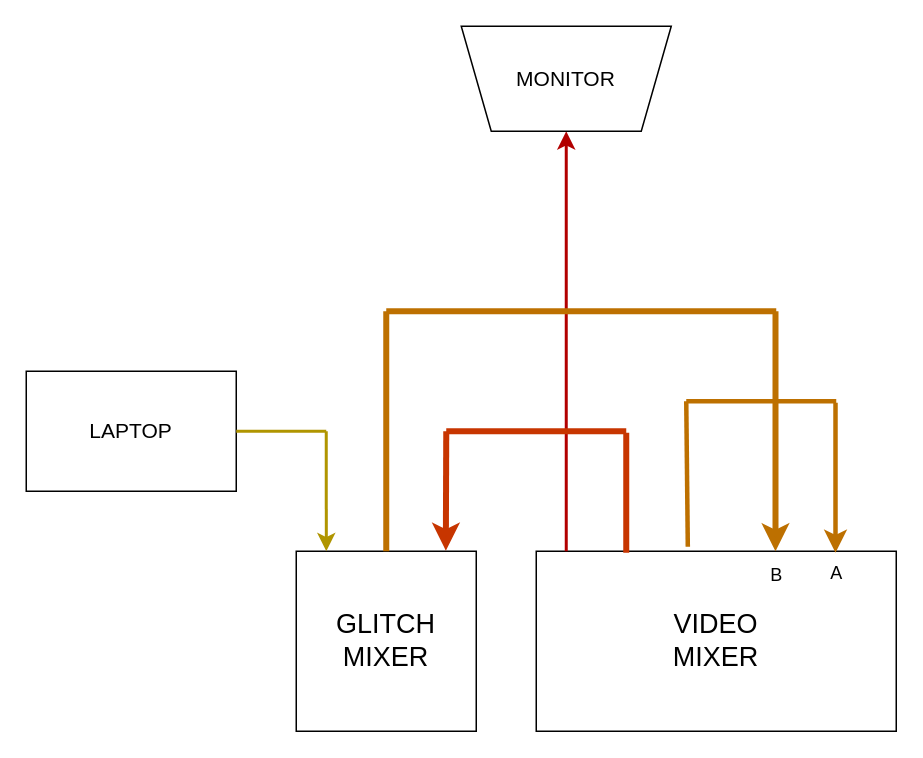
Earlier version of the draw.io diagram page "SETUP #4" (3 of 3) of ANALOG AAL.drawio (martijnhalekor/analog-video). Source tidied: cells renumbered, new cells numbered last; positions are measured from the earlier drawing's top-left corner, leaving out a move shared by most shapes. Both pictures are drawn from the tidied source at 150%, with x=0, y=0 at pixel (26, 26).
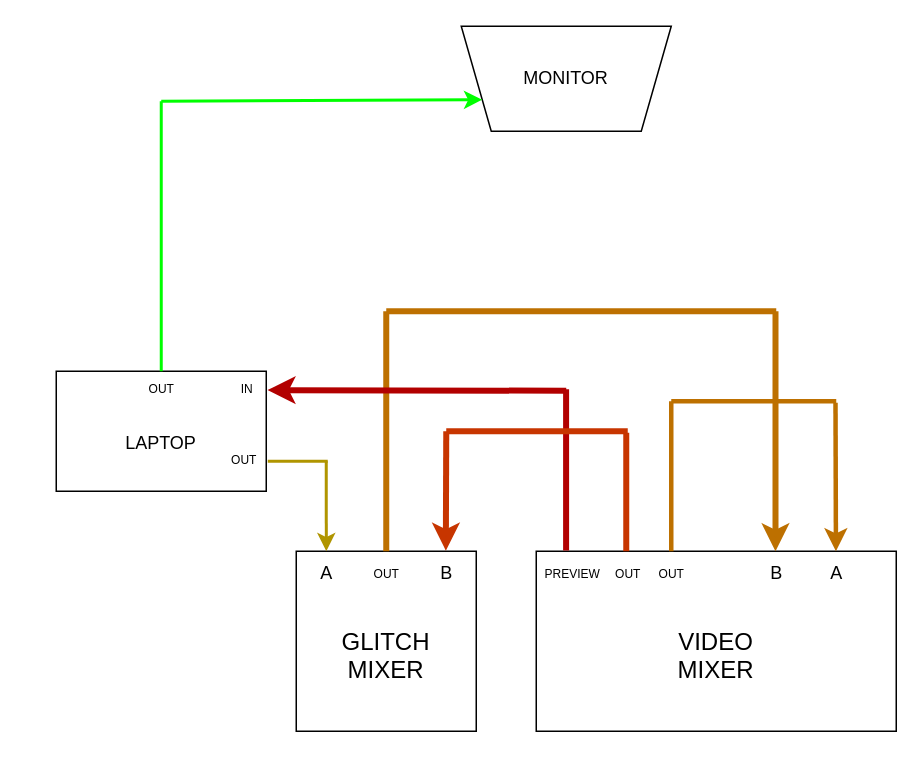
The same diagram, later.

The change refers to these unchanged cells:
```xml
<mxCell id="18" value="A" style="text;html=1;align=center;verticalAlign=middle;points=[];strokeColor=none;fillColor=none;" parent="1" vertex="1">
  <mxGeometry x="525" y="350" width="30" height="30" as="geometry" />
</mxCell>
```

Change to the diagram source:
```diff
@@
-    <mxCell id="2" value="&lt;font style=&quot;font-size: 18px;&quot;&gt;VIDEO&lt;br&gt;MIXER&lt;/font&gt;" style="rounded=0;whiteSpace=wrap;html=1;" parent="1" vertex="1">
+    <mxCell id="2" value="&lt;font style=&quot;font-size: 16px;&quot;&gt;&lt;br&gt;VIDEO&lt;br&gt;MIXER&lt;/font&gt;" style="rounded=0;whiteSpace=wrap;html=1;" parent="1" vertex="1">
       <mxGeometry x="340" y="350" width="240" height="120" as="geometry" />
     </mxCell>
@@
-    <mxCell id="4" value="&lt;font style=&quot;font-size: 18px;&quot;&gt;GLITCH&lt;br&gt;MIXER&lt;/font&gt;" style="rounded=0;whiteSpace=wrap;html=1;" parent="1" vertex="1">
+    <mxCell id="4" value="&lt;font style=&quot;font-size: 16px;&quot;&gt;&lt;br&gt;GLITCH&lt;br&gt;MIXER&lt;/font&gt;" style="rounded=0;whiteSpace=wrap;html=1;" parent="1" vertex="1">
       <mxGeometry x="180" y="350" width="120" height="120" as="geometry" />
     </mxCell>
     <mxCell id="5" style="endArrow=classic;html=1;rounded=0;entryX=0.167;entryY=0;entryDx=0;entryDy=0;entryPerimeter=0;fillColor=#e3c800;strokeColor=#B09500;strokeWidth=2;" parent="1" edge="1" target="4">
       <mxGeometry relative="1" as="geometry">
-        <mxPoint x="200" y="270" as="sourcePoint" />
+        <mxPoint x="200" y="290" as="sourcePoint" />
       </mxGeometry>
     </mxCell>
@@
-    <mxCell id="8" style="endArrow=classic;html=1;rounded=0;fillColor=#e51400;strokeColor=#B20000;entryX=0.5;entryY=0;entryDx=0;entryDy=0;strokeWidth=2;" parent="1" edge="1" target="11">
+    <mxCell id="8" style="endArrow=none;html=1;rounded=0;fillColor=#e51400;strokeColor=#B20000;strokeWidth=4;endFill=0;exitX=0.432;exitY=0.017;exitDx=0;exitDy=0;exitPerimeter=0;" parent="1" edge="1">
       <mxGeometry relative="1" as="geometry">
-        <mxPoint x="360" y="350" as="sourcePoint" />
+        <mxPoint x="359.9" y="349.5" as="sourcePoint" />
+        <mxPoint x="359.9" y="242" as="targetPoint" />
       </mxGeometry>
     </mxCell>
-    <mxCell id="9" style="endArrow=none;html=1;rounded=0;fillColor=#fa6800;strokeColor=#C73500;endFill=0;strokeWidth=4;" parent="1" edge="1">
+    <mxCell id="9" style="endArrow=none;html=1;rounded=0;fillColor=#fa6800;strokeColor=#C73500;endFill=0;strokeWidth=4;exitX=0.25;exitY=0;exitDx=0;exitDy=0;" parent="1" edge="1" source="2">
       <mxGeometry relative="1" as="geometry">
-        <mxPoint x="400" y="351" as="sourcePoint" />
         <mxPoint x="400" y="271" as="targetPoint" />
       </mxGeometry>
     </mxCell>
     <mxCell id="10" style="endArrow=none;html=1;rounded=0;fillColor=#fa6800;strokeColor=#C73500;endFill=0;strokeWidth=4;" parent="1" edge="1">
       <mxGeometry relative="1" as="geometry">
         <mxPoint x="280" y="270" as="sourcePoint" />
-        <mxPoint x="400" y="270" as="targetPoint" />
+        <mxPoint x="401" y="270" as="targetPoint" />
       </mxGeometry>
     </mxCell>
-    <mxCell id="11" value="&lt;font style=&quot;font-size: 14px;&quot;&gt;MONITOR&lt;/font&gt;" style="shape=trapezoid;perimeter=trapezoidPerimeter;whiteSpace=wrap;html=1;fixedSize=1;direction=west;" parent="1" vertex="1">
+    <mxCell id="11" value="&lt;font style=&quot;font-size: 12px;&quot;&gt;MONITOR&lt;/font&gt;" style="shape=trapezoid;perimeter=trapezoidPerimeter;whiteSpace=wrap;html=1;fixedSize=1;direction=west;" parent="1" vertex="1">
       <mxGeometry x="290" width="140" height="70" as="geometry" />
     </mxCell>
-    <mxCell id="12" value="&lt;font style=&quot;font-size: 14px;&quot;&gt;LAPTOP&lt;/font&gt;" style="rounded=0;whiteSpace=wrap;html=1;" parent="1" vertex="1">
-      <mxGeometry y="230" width="140" height="80" as="geometry" />
+    <mxCell id="12" value="&lt;font style=&quot;font-size: 12px;&quot;&gt;&lt;br&gt;LAPTOP&lt;/font&gt;" style="rounded=0;whiteSpace=wrap;html=1;" parent="1" vertex="1">
+      <mxGeometry x="20" y="230" width="140" height="80" as="geometry" />
     </mxCell>
-    <mxCell id="13" style="endArrow=none;html=1;rounded=0;exitX=1;exitY=0.5;exitDx=0;exitDy=0;fillColor=#e3c800;strokeColor=#B09500;endFill=0;strokeWidth=2;" parent="1" edge="1" source="12">
+    <mxCell id="13" style="endArrow=none;html=1;rounded=0;exitX=1;exitY=0.5;exitDx=0;exitDy=0;fillColor=#e3c800;strokeColor=#B09500;endFill=0;strokeWidth=2;" parent="1" edge="1">
       <mxGeometry relative="1" as="geometry">
-        <mxPoint x="200" y="270" as="targetPoint" />
+        <mxPoint x="161" y="290" as="sourcePoint" />
+        <mxPoint x="201" y="290" as="targetPoint" />
       </mxGeometry>
     </mxCell>
@@
-    <mxCell id="15" style="endArrow=none;html=1;rounded=0;strokeWidth=3;fillColor=#f0a30a;strokeColor=#BD7000;startArrow=classic;startFill=1;" parent="1" edge="1">
+    <mxCell id="15" style="endArrow=none;html=1;rounded=0;strokeWidth=3;fillColor=#f0a30a;strokeColor=#BD7000;startArrow=classic;startFill=1;exitX=0.493;exitY=0;exitDx=0;exitDy=0;exitPerimeter=0;" parent="1" edge="1" source="18">
       <mxGeometry relative="1" as="geometry">
-        <mxPoint x="539.5" y="351" as="sourcePoint" />
         <mxPoint x="539.5" y="251" as="targetPoint" />
       </mxGeometry>
     </mxCell>
     <mxCell id="16" style="endArrow=none;html=1;rounded=0;strokeWidth=3;fillColor=#f0a30a;strokeColor=#BD7000;" parent="1" edge="1">
       <mxGeometry relative="1" as="geometry">
-        <mxPoint x="440" y="250" as="sourcePoint" />
+        <mxPoint x="430" y="250" as="sourcePoint" />
         <mxPoint x="540" y="250" as="targetPoint" />
       </mxGeometry>
     </mxCell>
-    <mxCell id="17" style="endArrow=none;html=1;rounded=0;strokeWidth=3;fillColor=#f0a30a;strokeColor=#BD7000;exitX=0.421;exitY=-0.025;exitDx=0;exitDy=0;exitPerimeter=0;" parent="1" edge="1" source="2">
+    <mxCell id="17" style="endArrow=none;html=1;rounded=0;strokeWidth=3;fillColor=#f0a30a;strokeColor=#BD7000;exitX=0.375;exitY=0;exitDx=0;exitDy=0;exitPerimeter=0;" parent="1" edge="1" source="2">
       <mxGeometry relative="1" as="geometry">
-        <mxPoint x="440" y="250" as="targetPoint" />
+        <mxPoint x="430" y="250" as="targetPoint" />
       </mxGeometry>
     </mxCell>
@@
     <mxCell id="19" value="B" style="text;html=1;align=center;verticalAlign=middle;strokeColor=none;fillColor=none;" parent="1" vertex="1">
-      <mxGeometry x="485" y="351" width="30" height="30" as="geometry" />
+      <mxGeometry x="485" y="350" width="30" height="30" as="geometry" />
     </mxCell>
+    <mxCell id="20" value="&lt;font style=&quot;font-size: 8px;&quot;&gt;OUT&lt;/font&gt;" style="text;html=1;align=center;verticalAlign=middle;strokeColor=none;fillColor=none;" parent="1" vertex="1">
+      <mxGeometry x="410" y="349" width="40" height="30" as="geometry" />
+    </mxCell>
+    <mxCell id="21" value="&lt;font style=&quot;font-size: 8px;&quot;&gt;OUT&lt;/font&gt;" style="text;html=1;align=center;verticalAlign=middle;strokeColor=none;fillColor=none;" parent="1" vertex="1">
+      <mxGeometry x="381" y="349" width="40" height="30" as="geometry" />
+    </mxCell>
+    <mxCell id="22" value="&lt;font style=&quot;font-size: 8px;&quot;&gt;OUT&lt;/font&gt;" style="text;html=1;align=center;verticalAlign=middle;strokeColor=none;fillColor=none;" parent="1" vertex="1">
+      <mxGeometry x="220" y="349" width="40" height="30" as="geometry" />
+    </mxCell>
+    <mxCell id="23" value="&lt;font style=&quot;font-size: 12px;&quot;&gt;B&lt;/font&gt;" style="text;html=1;align=center;verticalAlign=middle;strokeColor=none;fillColor=none;" parent="1" vertex="1">
+      <mxGeometry x="265" y="350" width="30" height="30" as="geometry" />
+    </mxCell>
+    <mxCell id="24" value="&lt;font style=&quot;font-size: 12px;&quot;&gt;A&lt;/font&gt;" style="text;html=1;align=center;verticalAlign=middle;strokeColor=none;fillColor=none;" parent="1" vertex="1">
+      <mxGeometry x="185" y="350" width="30" height="30" as="geometry" />
+    </mxCell>
+    <mxCell id="25" style="endArrow=classic;html=1;rounded=0;fillColor=#e51400;strokeColor=#B20000;strokeWidth=4;entryX=1.006;entryY=0.157;entryDx=0;entryDy=0;entryPerimeter=0;" parent="1" edge="1" target="12">
+      <mxGeometry relative="1" as="geometry">
+        <mxPoint x="360" y="243" as="sourcePoint" />
+      </mxGeometry>
+    </mxCell>
+    <mxCell id="26" value="&lt;font style=&quot;font-size: 8px;&quot;&gt;PREVIEW&lt;/font&gt;" style="text;html=1;align=center;verticalAlign=middle;strokeColor=none;fillColor=none;" parent="1" vertex="1">
+      <mxGeometry x="334" y="349" width="60" height="30" as="geometry" />
+    </mxCell>
+    <mxCell id="27" style="endArrow=none;html=1;rounded=0;strokeWidth=2;fillColor=#d5e8d4;strokeColor=#00ff00;gradientColor=#97d077;exitX=0.5;exitY=0;exitDx=0;exitDy=0;" parent="1" edge="1" source="12">
+      <mxGeometry relative="1" as="geometry">
+        <mxPoint x="90" y="50" as="targetPoint" />
+      </mxGeometry>
+    </mxCell>
+    <mxCell id="28" style="endArrow=classic;html=1;rounded=0;strokeWidth=2;fillColor=#d5e8d4;strokeColor=#00ff00;gradientColor=#97d077;endFill=1;entryX=1;entryY=0.25;entryDx=0;entryDy=0;" parent="1" edge="1" target="11">
+      <mxGeometry relative="1" as="geometry">
+        <mxPoint x="90" y="50" as="sourcePoint" />
+      </mxGeometry>
+    </mxCell>
+    <mxCell id="29" value="&lt;font style=&quot;font-size: 8px;&quot;&gt;OUT&lt;/font&gt;" style="text;html=1;align=center;verticalAlign=middle;strokeColor=none;fillColor=none;" parent="1" vertex="1">
+      <mxGeometry x="125" y="273" width="40" height="30" as="geometry" />
+    </mxCell>
+    <mxCell id="30" value="&lt;font style=&quot;font-size: 8px;&quot;&gt;IN&lt;/font&gt;" style="text;html=1;align=center;verticalAlign=middle;strokeColor=none;fillColor=none;" parent="1" vertex="1">
+      <mxGeometry x="132" y="226" width="30" height="30" as="geometry" />
+    </mxCell>
+    <mxCell id="31" value="&lt;span style=&quot;font-size: 8px;&quot;&gt;OUT&lt;/span&gt;" style="text;html=1;align=center;verticalAlign=middle;strokeColor=none;fillColor=none;" parent="1" vertex="1">
+      <mxGeometry x="70" y="226" width="40" height="30" as="geometry" />
+    </mxCell>
```
